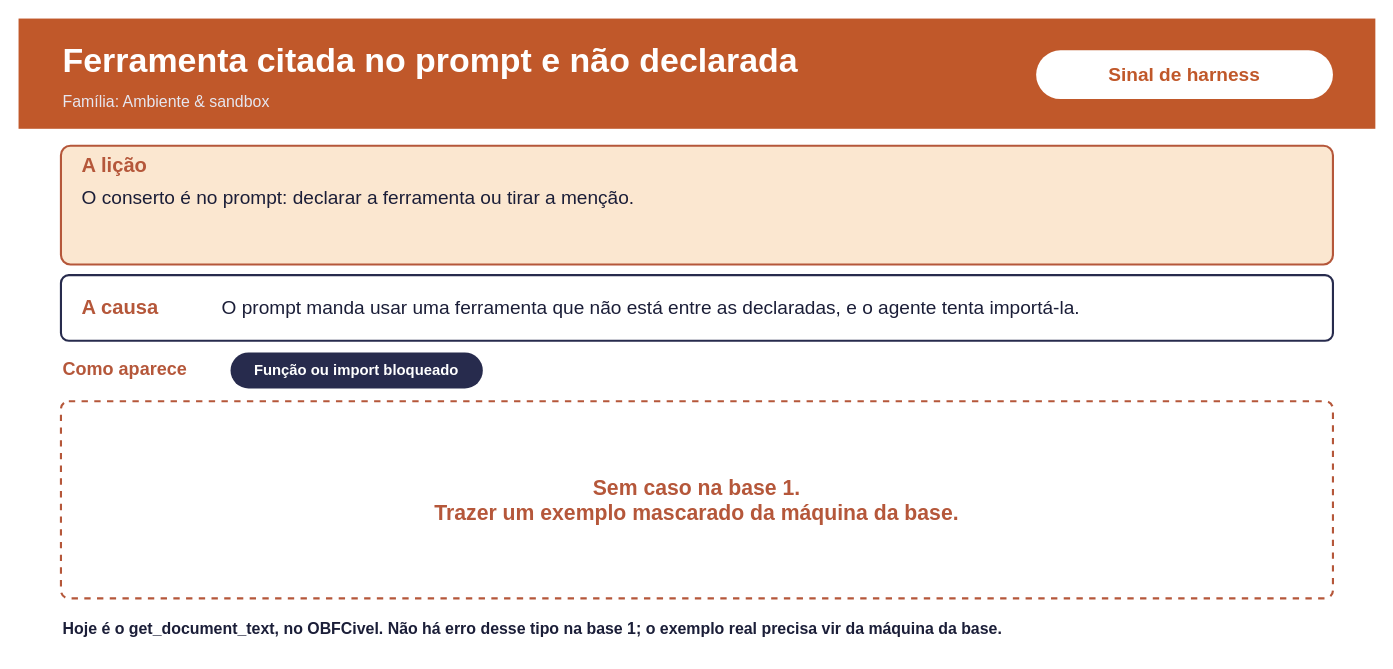
Earlier version of the draw.io diagram page "Ferramenta citada no prompt" (14 of 19) of docs/sources/draw.io/anexo_fichas_unidades.drawio (rc-ventura/memory_layer_ai_agents). Source tidied: cells renumbered, new cells numbered last; positions are measured from the earlier drawing's top-left corner, leaving out a move shared by most shapes. Both pictures are drawn from the tidied source at 106%, with x=0, y=0 at pixel (18, 18).
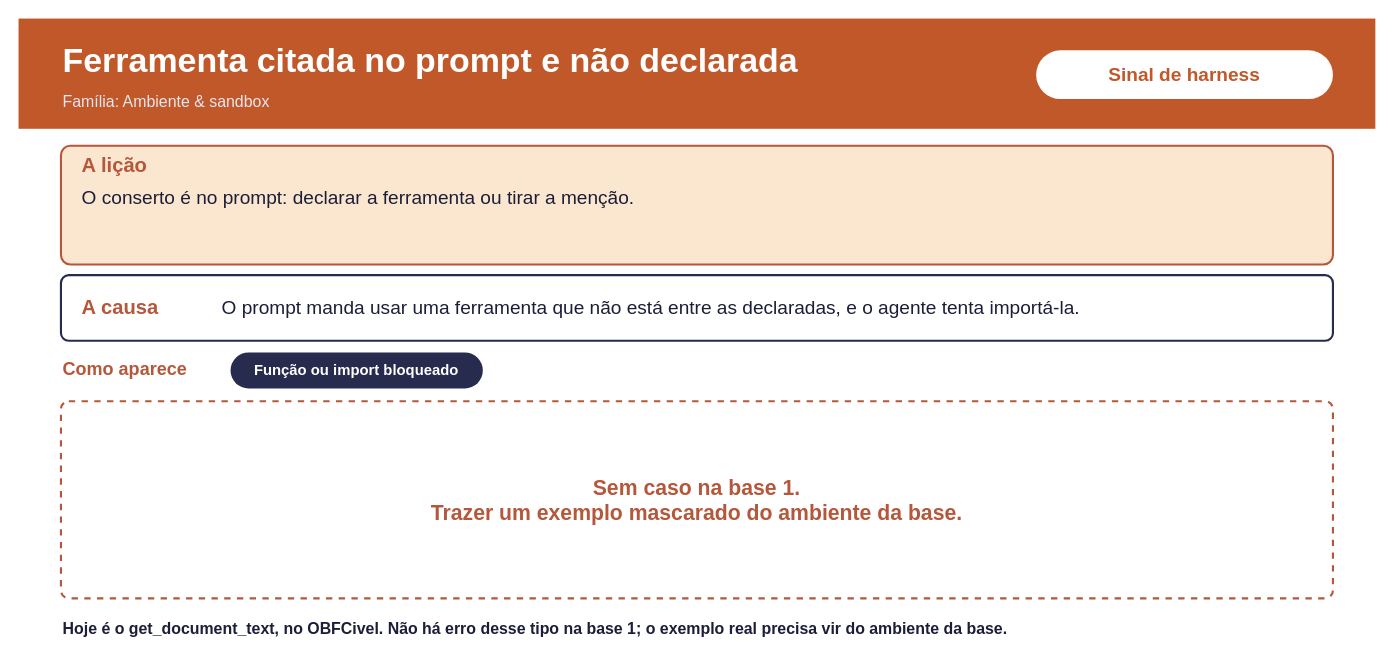
After the change.

What changed in the source:
```diff
@@
 <mxGraphModel>
   <root>
     <mxCell id="0" />
     <mxCell id="1" parent="0" />
     <mxCell id="2" style="html=1;fillColor=#C0582A;strokeColor=none;" parent="1" vertex="1">
       <mxGeometry width="1280" height="104" as="geometry" />
     </mxCell>
     <mxCell id="3" value="&lt;b&gt;Ferramenta citada no prompt e não declarada&lt;/b&gt;" style="text;html=1;verticalAlign=middle;whiteSpace=wrap;align=left;fontSize=32;fontColor=#FFFFFF;" parent="1" vertex="1">
       <mxGeometry x="40" y="14" width="910" height="52" as="geometry" />
     </mxCell>
     <mxCell id="4" value="Família: Ambiente &amp; sandbox" style="text;html=1;verticalAlign=middle;whiteSpace=wrap;align=left;fontSize=15;fontColor=#E6E7F0;" parent="1" vertex="1">
       <mxGeometry x="40" y="64" width="880" height="28" as="geometry" />
     </mxCell>
     <mxCell id="5" value="Sinal de harness" style="rounded=1;arcSize=50;whiteSpace=wrap;html=1;fillColor=#FFFFFF;strokeColor=none;fontColor=#C0582A;fontSize=18;fontStyle=1;" parent="1" vertex="1">
       <mxGeometry x="960" y="30" width="280" height="46" as="geometry" />
     </mxCell>
     <mxCell id="6" style="rounded=1;arcSize=8;whiteSpace=wrap;html=1;fillColor=#FBE7D0;strokeColor=#B5573A;strokeWidth=2;" parent="1" vertex="1">
       <mxGeometry x="40" y="120" width="1200" height="112" as="geometry" />
     </mxCell>
     <mxCell id="7" value="&lt;b&gt;A lição&lt;/b&gt;" style="text;html=1;verticalAlign=middle;whiteSpace=wrap;align=left;fontSize=19;fontColor=#B5573A;" parent="1" vertex="1">
       <mxGeometry x="58" y="124" width="300" height="30" as="geometry" />
     </mxCell>
     <mxCell id="8" value="O conserto é no prompt: declarar a ferramenta ou tirar a menção." style="text;html=1;verticalAlign=top;whiteSpace=wrap;align=left;fontSize=18;fontColor=#1B1E38;" parent="1" vertex="1">
       <mxGeometry x="58" y="152" width="1164" height="76" as="geometry" />
     </mxCell>
     <mxCell id="9" style="rounded=1;arcSize=12;whiteSpace=wrap;html=1;fillColor=#FFFFFF;strokeColor=#272B4D;strokeWidth=2;" parent="1" vertex="1">
       <mxGeometry x="40" y="242" width="1200" height="62" as="geometry" />
     </mxCell>
     <mxCell id="10" value="&lt;b&gt;A causa&lt;/b&gt;" style="text;html=1;verticalAlign=middle;whiteSpace=wrap;align=left;fontSize=19;fontColor=#B5573A;" parent="1" vertex="1">
       <mxGeometry x="58" y="246" width="130" height="54" as="geometry" />
     </mxCell>
     <mxCell id="11" value="O prompt manda usar uma ferramenta que não está entre as declaradas, e o agente tenta importá-la." style="text;html=1;verticalAlign=middle;whiteSpace=wrap;align=left;fontSize=18;fontColor=#1B1E38;" parent="1" vertex="1">
       <mxGeometry x="190" y="246" width="1040" height="54" as="geometry" />
     </mxCell>
     <mxCell id="12" value="&lt;b&gt;Como aparece&lt;/b&gt;" style="text;html=1;verticalAlign=middle;whiteSpace=wrap;align=left;fontSize=17;fontColor=#B5573A;" parent="1" vertex="1">
       <mxGeometry x="40" y="314" width="170" height="36" as="geometry" />
     </mxCell>
     <mxCell id="13" value="Função ou import bloqueado" style="rounded=1;arcSize=50;whiteSpace=wrap;html=1;fillColor=#272B4D;strokeColor=none;fontColor=#FFFFFF;fontSize=14;fontStyle=1;" parent="1" vertex="1">
       <mxGeometry x="200" y="315" width="238" height="34" as="geometry" />
     </mxCell>
-    <mxCell id="14" value="Sem caso na base 1.&lt;br&gt;Trazer um exemplo mascarado da máquina da base." style="rounded=1;arcSize=4;whiteSpace=wrap;html=1;fillColor=#FFFFFF;strokeColor=#B5573A;strokeWidth=2;dashed=1;fontColor=#B5573A;fontSize=20;fontStyle=1;" parent="1" vertex="1">
+    <mxCell id="14" value="Sem caso na base 1.&lt;br&gt;Trazer um exemplo mascarado do ambiente da base." style="rounded=1;arcSize=4;whiteSpace=wrap;html=1;fillColor=#FFFFFF;strokeColor=#B5573A;strokeWidth=2;dashed=1;fontColor=#B5573A;fontSize=20;fontStyle=1;" parent="1" vertex="1">
       <mxGeometry x="40" y="361" width="1200" height="186" as="geometry" />
     </mxCell>
-    <mxCell id="15" value="&lt;b&gt;Hoje é o get_document_text, no OBFCivel. Não há erro desse tipo na base 1; o exemplo real precisa vir da máquina da base.&lt;/b&gt;" style="text;html=1;verticalAlign=middle;whiteSpace=wrap;align=left;fontSize=15;fontColor=#1B1E38;" parent="1" vertex="1">
+    <mxCell id="15" value="&lt;b&gt;Hoje é o get_document_text, no OBFCivel. Não há erro desse tipo na base 1; o exemplo real precisa vir do ambiente da base.&lt;/b&gt;" style="text;html=1;verticalAlign=middle;whiteSpace=wrap;align=left;fontSize=15;fontColor=#1B1E38;" parent="1" vertex="1">
       <mxGeometry x="40" y="553" width="1200" height="44" as="geometry" />
     </mxCell>
   </root>
 </mxGraphModel>
```
